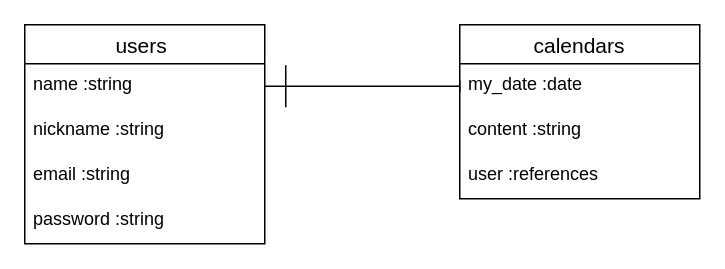
Before: er-view.dio in yukimaru93/chronicle, a draw.io diagram. Source tidied: cells renumbered, new cells numbered last; positions are measured from the earlier drawing's top-left corner, leaving out a move shared by most shapes. Both pictures are drawn from the tidied source at 150%, with x=0, y=0 at pixel (24, 24).
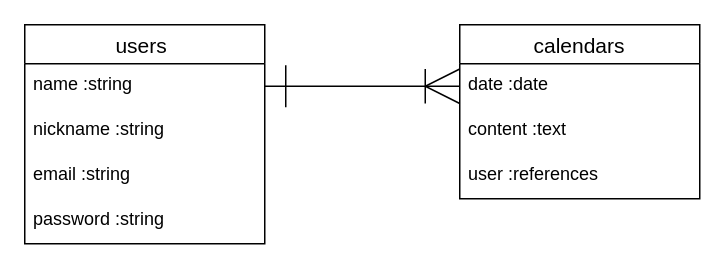
The same diagram, later.

What changed in the source:
```diff
@@
 <mxGraphModel>
   <root>
     <mxCell id="0" />
     <mxCell id="1" parent="0" />
     <mxCell id="2" value="users " style="swimlane;fontStyle=0;horizontal=1;startSize=26;align=center;fontSize=14;" parent="1" vertex="1">
       <mxGeometry width="160" height="146" as="geometry" />
     </mxCell>
     <mxCell id="3" value="name :string" style="text;strokeColor=none;fillColor=none;spacingLeft=4;spacingRight=4;overflow=hidden;points=[[0,0.5],[1,0.5]];portConstraint=eastwest;fontSize=12;" parent="2" vertex="1">
       <mxGeometry y="26" width="160" height="30" as="geometry" />
     </mxCell>
     <mxCell id="4" value="nickname :string" style="text;strokeColor=none;fillColor=none;spacingLeft=4;spacingRight=4;overflow=hidden;fontSize=12;" parent="2" vertex="1">
       <mxGeometry y="56" width="160" height="30" as="geometry" />
     </mxCell>
     <mxCell id="5" value="email :string" style="text;strokeColor=none;fillColor=none;spacingLeft=4;spacingRight=4;overflow=hidden;fontSize=12;" parent="2" vertex="1">
       <mxGeometry y="86" width="160" height="30" as="geometry" />
     </mxCell>
     <mxCell id="6" value="password :string" style="text;strokeColor=none;fillColor=none;spacingLeft=4;spacingRight=4;overflow=hidden;fontSize=12;" parent="2" vertex="1">
       <mxGeometry y="116" width="160" height="30" as="geometry" />
     </mxCell>
     <mxCell id="7" value="calendars" style="swimlane;fontStyle=0;horizontal=1;startSize=26;align=center;fontSize=14;" parent="1" vertex="1">
       <mxGeometry x="290" width="160" height="116" as="geometry" />
     </mxCell>
-    <mxCell id="8" value="my_date :date" style="text;strokeColor=none;fillColor=none;spacingLeft=4;spacingRight=4;overflow=hidden;points=[[0,0.5],[1,0.5]];portConstraint=eastwest;fontSize=12;" parent="7" vertex="1">
-      <mxGeometry y="26" width="160" height="30" as="geometry" />
-    </mxCell>
-    <mxCell id="9" value="content :string" style="text;strokeColor=none;fillColor=none;spacingLeft=4;spacingRight=4;overflow=hidden;fontSize=12;" parent="7" vertex="1">
-      <mxGeometry y="56" width="160" height="30" as="geometry" />
-    </mxCell>
+    <mxCell id="12" value="date :date" style="text;strokeColor=none;fillColor=none;spacingLeft=4;spacingRight=4;overflow=hidden;fontSize=12;" parent="7" vertex="1">
+      <mxGeometry y="26" width="160" height="30" as="geometry" />
+    </mxCell>
+    <mxCell id="13" value="content :text" style="text;strokeColor=none;fillColor=none;spacingLeft=4;spacingRight=4;overflow=hidden;fontSize=12;" parent="7" vertex="1">
+      <mxGeometry y="56" width="160" height="30" as="geometry" />
+    </mxCell>
     <mxCell id="10" value="user :references" style="text;strokeColor=none;fillColor=none;spacingLeft=4;spacingRight=4;overflow=hidden;fontSize=12;" parent="7" vertex="1">
       <mxGeometry y="86" width="160" height="30" as="geometry" />
     </mxCell>
-    <mxCell id="11" style="edgeStyle=none;html=1;entryX=0;entryY=0.5;entryDx=0;entryDy=0;startArrow=ERone;startFill=0;endArrow=baseDash;endFill=0;startSize=26;" parent="1" edge="1" source="3" target="8">
-      <mxGeometry relative="1" as="geometry" />
+    <mxCell id="11" style="edgeStyle=none;html=1;entryX=0;entryY=0.5;entryDx=0;entryDy=0;startArrow=ERone;startFill=0;endArrow=ERoneToMany;endFill=0;startSize=26;endSize=21;" parent="1" edge="1" source="3">
+      <mxGeometry relative="1" as="geometry">
+        <mxPoint x="290" y="41" as="targetPoint" />
+      </mxGeometry>
     </mxCell>
   </root>
 </mxGraphModel>
```
